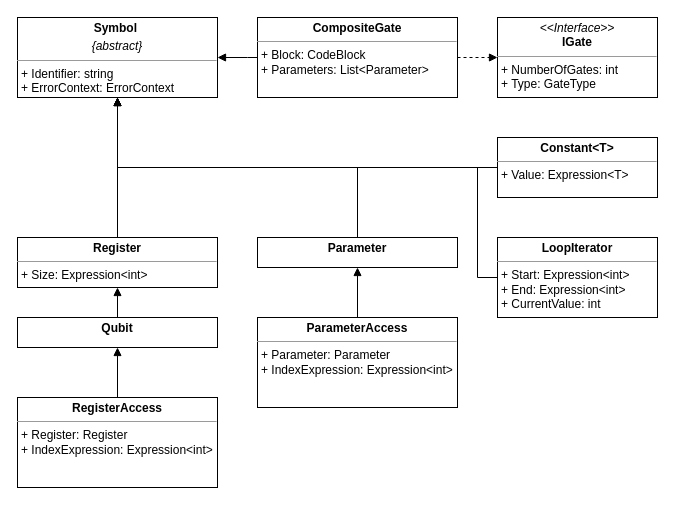
The draw.io diagram figures/uml_symbols.drawio in SaschaRWTH/masterthesis, before the edit. Source tidied: cells renumbered, new cells numbered last; positions are measured from the earlier drawing's top-left corner, leaving out a move shared by most shapes. Both pictures are drawn from the tidied source at 100%, with x=0, y=0 at pixel (17, 17).
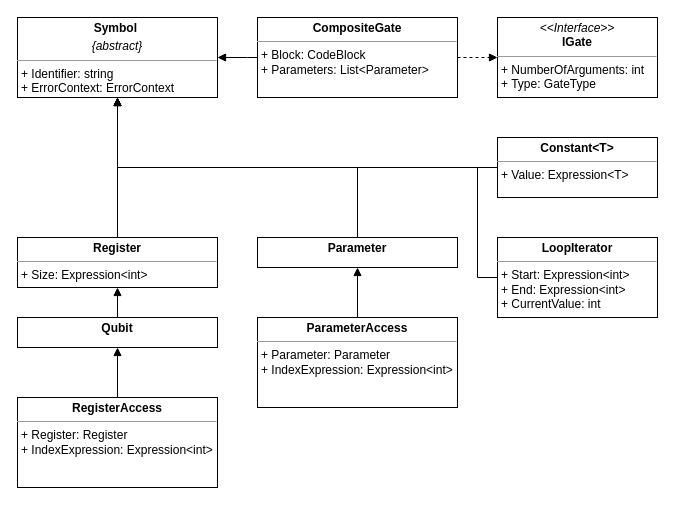
Above is the later version.

What changed in the source:
```diff
@@
-    <mxCell id="9" value="&lt;p style=&quot;margin:0px;margin-top:4px;text-align:center;&quot;&gt;&lt;i&gt;&amp;lt;&amp;lt;Interface&amp;gt;&amp;gt;&lt;/i&gt;&lt;br&gt;&lt;b&gt;IGate&lt;/b&gt;&lt;/p&gt;&lt;hr size=&quot;1&quot;&gt;&lt;p style=&quot;margin:0px;margin-left:4px;&quot;&gt;+ NumberOfGates: int&lt;br&gt;+ Type: GateType&lt;/p&gt;&lt;p style=&quot;margin:0px;margin-left:4px;&quot;&gt;&lt;br&gt;&lt;/p&gt;" style="verticalAlign=top;align=left;overflow=fill;fontSize=12;fontFamily=Helvetica;html=1;" parent="1" vertex="1">
+    <mxCell id="9" value="&lt;p style=&quot;margin:0px;margin-top:4px;text-align:center;&quot;&gt;&lt;i&gt;&amp;lt;&amp;lt;Interface&amp;gt;&amp;gt;&lt;/i&gt;&lt;br&gt;&lt;b&gt;IGate&lt;/b&gt;&lt;/p&gt;&lt;hr size=&quot;1&quot;&gt;&lt;p style=&quot;margin:0px;margin-left:4px;&quot;&gt;+ NumberOfArguments: int&lt;br&gt;+ Type: GateType&lt;/p&gt;&lt;p style=&quot;margin:0px;margin-left:4px;&quot;&gt;&lt;br&gt;&lt;/p&gt;" style="verticalAlign=top;align=left;overflow=fill;fontSize=12;fontFamily=Helvetica;html=1;" parent="1" vertex="1">
       <mxGeometry x="480" width="160" height="80" as="geometry" />
     </mxCell>
```
